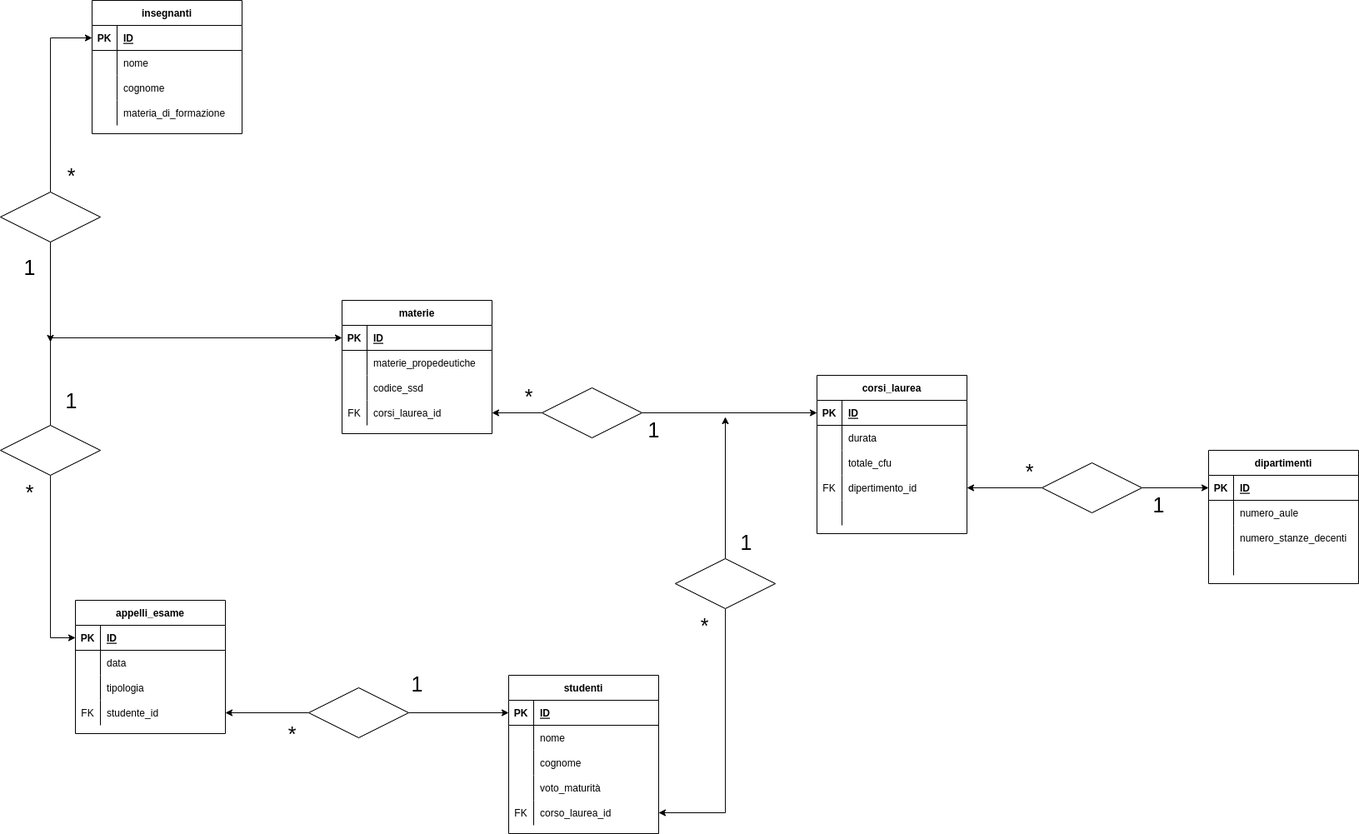
Above: diagramma ER per università.png in pietroline/db-university (draw.io), before the change. Source tidied: cells renumbered, new cells last; positions are measured from the earlier drawing's top-left corner, leaving out a move shared by most shapes.
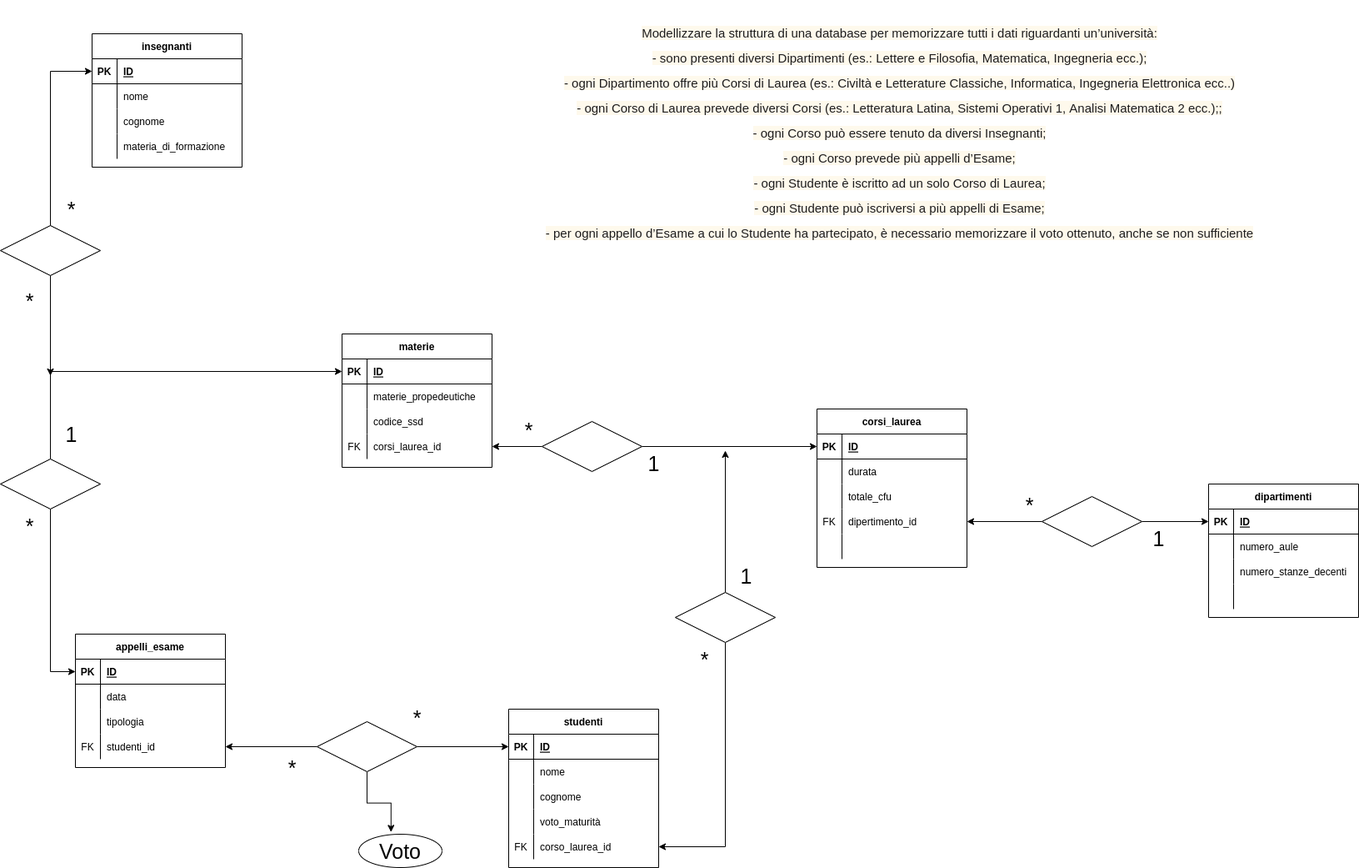
After the change.

Commit message:
fix studenti ->appelli_esame, materie ->insegnanti

What changed in the source:
```diff
@@ -185,7 +185,7 @@
     <mxCell id="62" value="*" style="text;html=1;align=center;verticalAlign=middle;strokeColor=none;fillColor=none;fontSize=25;rotation=0;" parent="60" vertex="1">
       <mxGeometry x="70" width="30" height="40" as="geometry" />
     </mxCell>
-    <mxCell id="63" value="1" style="text;html=1;align=center;verticalAlign=middle;strokeColor=none;fillColor=none;fontSize=25;rotation=0;" parent="60" vertex="1">
+    <mxCell id="63" value="*" style="text;html=1;align=center;verticalAlign=middle;strokeColor=none;fillColor=none;fontSize=25;rotation=0;" parent="60" vertex="1">
       <mxGeometry x="20" y="110" width="30" height="40" as="geometry" />
     </mxCell>
     <mxCell id="64" style="edgeStyle=orthogonalEdgeStyle;rounded=0;jettySize=auto;html=1;entryX=0;entryY=0.5;entryDx=0;entryDy=0;fontSize=25;" parent="1" edge="1" source="61" target="88">
@@ -336,7 +336,7 @@
     <mxCell id="111" value="FK" style="shape=partialRectangle;fillColor=none;top=0;left=0;bottom=0;right=0;overflow=hidden;" parent="110" vertex="1">
       <mxGeometry width="30" height="30" as="geometry" />
     </mxCell>
-    <mxCell id="112" value="studente_id" style="shape=partialRectangle;fillColor=none;top=0;left=0;bottom=0;right=0;align=left;spacingLeft=6;overflow=hidden;" parent="110" vertex="1">
+    <mxCell id="112" value="studenti_id" style="shape=partialRectangle;fillColor=none;top=0;left=0;bottom=0;right=0;align=left;spacingLeft=6;overflow=hidden;" parent="110" vertex="1">
       <mxGeometry x="30" width="150" height="30" as="geometry" />
     </mxCell>
     <mxCell id="113" style="edgeStyle=orthogonalEdgeStyle;rounded=0;jettySize=auto;html=1;entryX=0;entryY=0.5;entryDx=0;entryDy=0;fontSize=25;" parent="1" edge="1" source="115" target="67">
@@ -345,14 +345,23 @@
     <mxCell id="114" style="edgeStyle=orthogonalEdgeStyle;rounded=0;jettySize=auto;html=1;entryX=1;entryY=0.5;entryDx=0;entryDy=0;fontSize=25;" parent="1" edge="1" source="115" target="110">
       <mxGeometry relative="1" as="geometry" />
     </mxCell>
+    <mxCell id="118" style="edgeStyle=orthogonalEdgeStyle;rounded=0;jettySize=auto;html=1;entryX=0.388;entryY=-0.066;entryDx=0;entryDy=0;entryPerimeter=0;fontSize=25;" parent="1" edge="1" source="115" target="119">
+      <mxGeometry relative="1" as="geometry" />
+    </mxCell>
     <mxCell id="115" style="shape=rhombus;perimeter=rhombusPerimeter;whiteSpace=wrap;html=1;align=center;fontSize=25;" parent="1" vertex="1">
-      <mxGeometry x="370" y="825" width="120" height="60" as="geometry" />
+      <mxGeometry x="380" y="825" width="120" height="60" as="geometry" />
     </mxCell>
-    <mxCell id="116" value="1" style="text;html=1;align=center;verticalAlign=middle;strokeColor=none;fillColor=none;fontSize=25;" parent="1" vertex="1">
+    <mxCell id="116" value="*" style="text;html=1;align=center;verticalAlign=middle;strokeColor=none;fillColor=none;fontSize=25;" parent="1" vertex="1">
       <mxGeometry x="485" y="800" width="30" height="40" as="geometry" />
     </mxCell>
     <mxCell id="117" value="*" style="text;html=1;align=center;verticalAlign=middle;strokeColor=none;fillColor=none;fontSize=25;" parent="1" vertex="1">
       <mxGeometry x="335" y="860" width="30" height="40" as="geometry" />
     </mxCell>
+    <mxCell id="119" value="Voto" style="ellipse;whiteSpace=wrap;html=1;align=center;fontSize=25;" parent="1" vertex="1">
+      <mxGeometry x="430" y="960" width="100" height="40" as="geometry" />
+    </mxCell>
+    <mxCell id="120" value="&lt;span style=&quot;color: rgb(29 , 28 , 29) ; font-family: , , &amp;#34;applelogo&amp;#34; , sans-serif ; font-size: 15px ; text-align: left ; background-color: rgba(242 , 199 , 68 , 0.1)&quot;&gt;Modellizzare la struttura di una database per memorizzare tutti i dati riguardanti un’università:&lt;/span&gt;&lt;br style=&quot;box-sizing: inherit ; color: rgb(29 , 28 , 29) ; font-family: , , &amp;#34;applelogo&amp;#34; , sans-serif ; font-size: 15px ; text-align: left ; background-color: rgba(242 , 199 , 68 , 0.1)&quot;&gt;&lt;span style=&quot;color: rgb(29 , 28 , 29) ; font-family: , , &amp;#34;applelogo&amp;#34; , sans-serif ; font-size: 15px ; text-align: left ; background-color: rgba(242 , 199 , 68 , 0.1)&quot;&gt;- sono presenti diversi Dipartimenti (es.: Lettere e Filosofia, Matematica, Ingegneria ecc.);&lt;/span&gt;&lt;br style=&quot;box-sizing: inherit ; color: rgb(29 , 28 , 29) ; font-family: , , &amp;#34;applelogo&amp;#34; , sans-serif ; font-size: 15px ; text-align: left ; background-color: rgba(242 , 199 , 68 , 0.1)&quot;&gt;&lt;span style=&quot;color: rgb(29 , 28 , 29) ; font-family: , , &amp;#34;applelogo&amp;#34; , sans-serif ; font-size: 15px ; text-align: left ; background-color: rgba(242 , 199 , 68 , 0.1)&quot;&gt;- ogni Dipartimento offre più Corsi di Laurea (es.: Civiltà e Letterature Classiche, Informatica, Ingegneria Elettronica ecc..)&lt;/span&gt;&lt;br style=&quot;box-sizing: inherit ; color: rgb(29 , 28 , 29) ; font-family: , , &amp;#34;applelogo&amp;#34; , sans-serif ; font-size: 15px ; text-align: left ; background-color: rgba(242 , 199 , 68 , 0.1)&quot;&gt;&lt;span style=&quot;color: rgb(29 , 28 , 29) ; font-family: , , &amp;#34;applelogo&amp;#34; , sans-serif ; font-size: 15px ; text-align: left ; background-color: rgba(242 , 199 , 68 , 0.1)&quot;&gt;- ogni Corso di Laurea prevede diversi Corsi (es.: Letteratura Latina, Sistemi Operativi 1, Analisi Matematica 2 ecc.);;&lt;/span&gt;&lt;br style=&quot;box-sizing: inherit ; color: rgb(29 , 28 , 29) ; font-family: , , &amp;#34;applelogo&amp;#34; , sans-serif ; font-size: 15px ; text-align: left ; background-color: rgba(242 , 199 , 68 , 0.1)&quot;&gt;&lt;span style=&quot;color: rgb(29 , 28 , 29) ; font-family: , , &amp;#34;applelogo&amp;#34; , sans-serif ; font-size: 15px ; text-align: left ; background-color: rgba(242 , 199 , 68 , 0.1)&quot;&gt;- ogni Corso può essere tenuto da diversi Insegnanti;&lt;/span&gt;&lt;br style=&quot;box-sizing: inherit ; color: rgb(29 , 28 , 29) ; font-family: , , &amp;#34;applelogo&amp;#34; , sans-serif ; font-size: 15px ; text-align: left ; background-color: rgba(242 , 199 , 68 , 0.1)&quot;&gt;&lt;span style=&quot;color: rgb(29 , 28 , 29) ; font-family: , , &amp;#34;applelogo&amp;#34; , sans-serif ; font-size: 15px ; text-align: left ; background-color: rgba(242 , 199 , 68 , 0.1)&quot;&gt;- ogni Corso prevede più appelli d’Esame;&lt;/span&gt;&lt;br style=&quot;box-sizing: inherit ; color: rgb(29 , 28 , 29) ; font-family: , , &amp;#34;applelogo&amp;#34; , sans-serif ; font-size: 15px ; text-align: left ; background-color: rgba(242 , 199 , 68 , 0.1)&quot;&gt;&lt;span style=&quot;color: rgb(29 , 28 , 29) ; font-family: , , &amp;#34;applelogo&amp;#34; , sans-serif ; font-size: 15px ; text-align: left ; background-color: rgba(242 , 199 , 68 , 0.1)&quot;&gt;- ogni Studente è iscritto ad un solo Corso di Laurea;&lt;/span&gt;&lt;br style=&quot;box-sizing: inherit ; color: rgb(29 , 28 , 29) ; font-family: , , &amp;#34;applelogo&amp;#34; , sans-serif ; font-size: 15px ; text-align: left ; background-color: rgba(242 , 199 , 68 , 0.1)&quot;&gt;&lt;span style=&quot;color: rgb(29 , 28 , 29) ; font-family: , , &amp;#34;applelogo&amp;#34; , sans-serif ; font-size: 15px ; text-align: left ; background-color: rgba(242 , 199 , 68 , 0.1)&quot;&gt;- ogni Studente può iscriversi a più appelli di Esame;&lt;/span&gt;&lt;br style=&quot;box-sizing: inherit ; color: rgb(29 , 28 , 29) ; font-family: , , &amp;#34;applelogo&amp;#34; , sans-serif ; font-size: 15px ; text-align: left ; background-color: rgba(242 , 199 , 68 , 0.1)&quot;&gt;&lt;span style=&quot;color: rgb(29 , 28 , 29) ; font-family: , , &amp;#34;applelogo&amp;#34; , sans-serif ; font-size: 15px ; text-align: left ; background-color: rgba(242 , 199 , 68 , 0.1)&quot;&gt;- per ogni appello d’Esame a cui lo Studente ha partecipato, è necessario memorizzare il voto ottenuto, anche se non sufficiente&lt;/span&gt;" style="text;html=1;align=center;verticalAlign=middle;strokeColor=none;fillColor=none;fontSize=25;" parent="1" vertex="1">
+      <mxGeometry x="649" y="-40" width="860" height="310" as="geometry" />
+    </mxCell>
   </root>
 </mxGraphModel>
```
